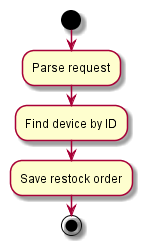
lmisaga/annoscheme keeps this PlantUML diagram as img/diagram.png. Above is the earlier version. Its diagram source:
```plantuml
@startuml
start
:Parse request;
:Find device by ID;
:Save restock order;
stop
@enduml
```
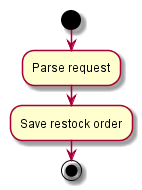
Above is the later version.

Diff of the diagram source:
```diff
@@ -1,7 +1,6 @@
 @startuml
 start
 :Parse request;
-:Find device by ID;
 :Save restock order;
 stop
 @enduml
```
